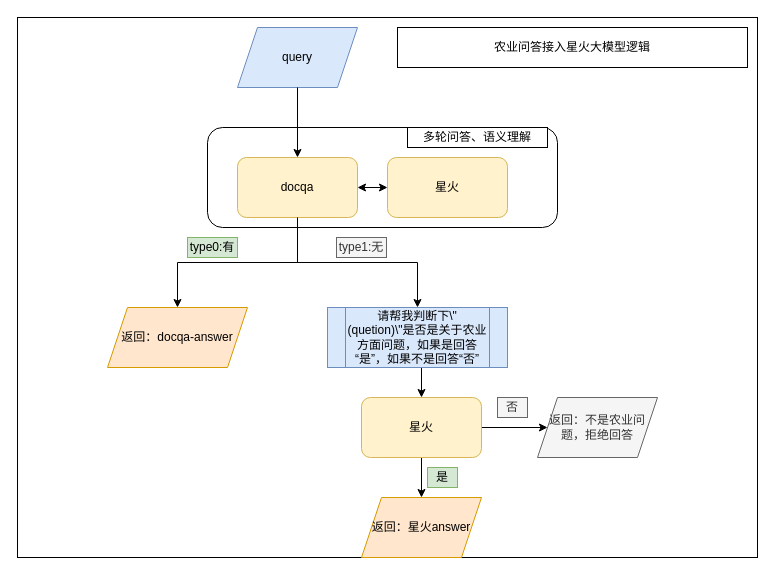
yzy1421/Amateur-women-basketball-in-China keeps this draw.io diagram as figure/damoxingweb.drawio. Above is the earlier version. Source tidied: cells renumbered, new cells numbered last; positions are measured from the earlier drawing's top-left corner, leaving out a move shared by most shapes. Both pictures are drawn from the tidied source at 100%, with x=0, y=0 at pixel (17, 17).
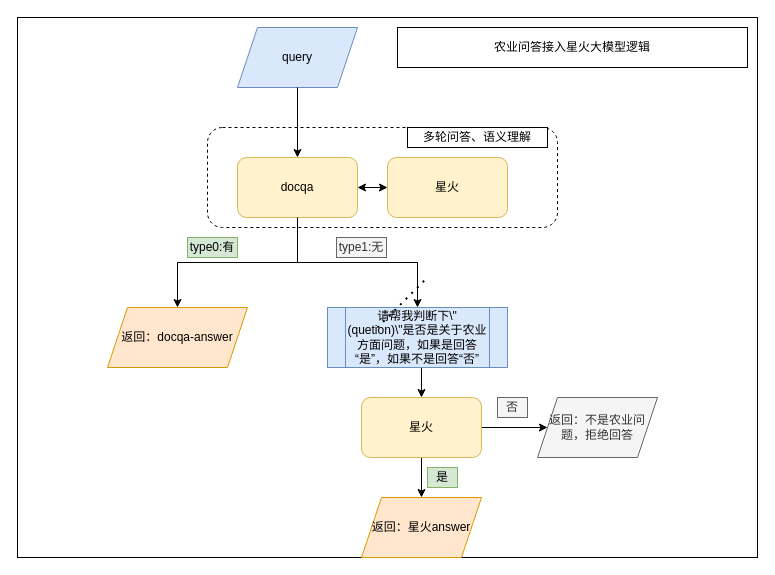
After the change.

Change to the diagram source:
```diff
@@
-    <mxCell id="15" style="rounded=1;whiteSpace=wrap;html=1;" parent="1" vertex="1">
+    <mxCell id="15" style="rounded=1;whiteSpace=wrap;html=1;dashed=1;" parent="1" vertex="1">
       <mxGeometry x="190" y="110" width="350" height="100" as="geometry" />
     </mxCell>
@@
+    <mxCell id="26" style="endArrow=none;dashed=1;html=1;dashPattern=1 3;strokeWidth=2;rounded=0;" parent="1" edge="1">
+      <mxGeometry relative="1" as="geometry">
+        <mxPoint x="360" y="310" as="sourcePoint" />
+        <mxPoint x="410" y="260" as="targetPoint" />
+      </mxGeometry>
+    </mxCell>
```
